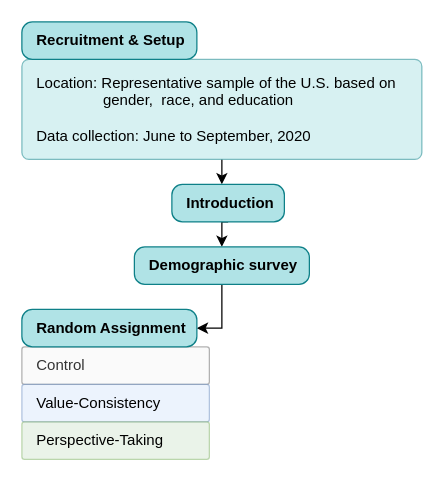
Before: Muslim.drawio in changgge/changgge, a draw.io diagram. Source tidied: cells renumbered, new cells numbered last; positions are measured from the earlier drawing's top-left corner, leaving out a move shared by most shapes. Both pictures are drawn from the tidied source at 125%, with x=0, y=0 at pixel (21, 21).
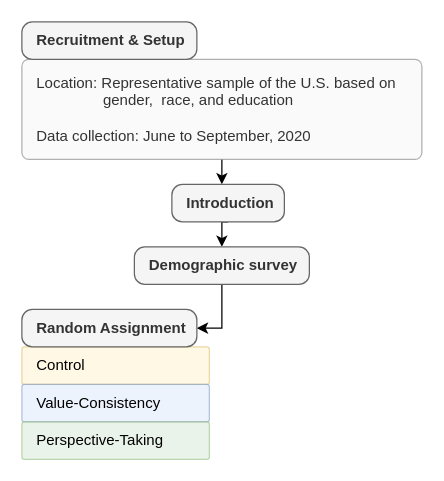
Above is the later version.

Change to the diagram source:
```diff
@@
 <mxGraphModel>
   <root>
     <mxCell id="0" />
     <mxCell id="1" parent="0" />
     <mxCell id="2" style="edgeStyle=orthogonalEdgeStyle;rounded=0;jettySize=auto;html=1;" parent="1" edge="1" source="3">
       <mxGeometry relative="1" as="geometry">
         <mxPoint x="160" y="130" as="targetPoint" />
       </mxGeometry>
     </mxCell>
-    <mxCell id="3" value="Location: Representative sample of the U.S. based on&amp;nbsp;&lt;div&gt;&lt;span style=&quot;white-space: pre;&quot;&gt;&#9;&lt;/span&gt;&lt;span style=&quot;white-space: pre;&quot;&gt;&#9;&lt;/span&gt;gender, &amp;nbsp;race, and education&lt;div&gt;&lt;br&gt;&lt;/div&gt;&lt;div&gt;&lt;span style=&quot;white-space: pre;&quot;&gt;Data collection: June to September, 2020&lt;/span&gt;&lt;/div&gt;&lt;/div&gt;" style="rounded=1;whiteSpace=wrap;html=1;align=left;spacingLeft=10;fillColor=#b0e3e6;strokeColor=#0e8088;arcSize=7;opacity=50;" parent="1" vertex="1">
+    <mxCell id="3" value="Location: Representative sample of the U.S. based on&amp;nbsp;&lt;div&gt;&lt;span style=&quot;white-space: pre;&quot;&gt;&#9;&lt;/span&gt;&lt;span style=&quot;white-space: pre;&quot;&gt;&#9;&lt;/span&gt;gender, &amp;nbsp;race, and education&lt;div&gt;&lt;br&gt;&lt;/div&gt;&lt;div&gt;&lt;span style=&quot;white-space: pre;&quot;&gt;Data collection: June to September, 2020&lt;/span&gt;&lt;/div&gt;&lt;/div&gt;" style="rounded=1;whiteSpace=wrap;html=1;align=left;spacingLeft=10;fillColor=#f5f5f5;strokeColor=#666666;arcSize=7;opacity=50;fontColor=#333333;" parent="1" vertex="1">
       <mxGeometry y="30" width="320" height="80" as="geometry" />
     </mxCell>
-    <mxCell id="4" value="Recruitment &amp;amp; Setup" style="rounded=1;whiteSpace=wrap;html=1;align=left;spacingLeft=10;fillColor=#b0e3e6;strokeColor=#0e8088;arcSize=28;fontStyle=1;" parent="1" vertex="1">
+    <mxCell id="4" value="Recruitment &amp;amp; Setup" style="rounded=1;whiteSpace=wrap;html=1;align=left;spacingLeft=10;fillColor=#f5f5f5;strokeColor=#666666;arcSize=28;fontStyle=1;fontColor=#333333;" parent="1" vertex="1">
       <mxGeometry width="140" height="30" as="geometry" />
     </mxCell>
-    <mxCell id="5" value="Control&amp;nbsp;" style="rounded=1;whiteSpace=wrap;html=1;align=left;spacingLeft=10;fillColor=#f5f5f5;strokeColor=#666666;arcSize=7;opacity=50;fontColor=#333333;" parent="1" vertex="1">
+    <mxCell id="5" value="&lt;span style=&quot;color: rgb(0, 0, 0);&quot;&gt;Control&amp;nbsp;&lt;/span&gt;" style="rounded=1;whiteSpace=wrap;html=1;align=left;spacingLeft=10;fillColor=#fff2cc;strokeColor=#d6b656;arcSize=7;opacity=50;" parent="1" vertex="1">
       <mxGeometry y="260" width="150" height="30" as="geometry" />
     </mxCell>
     <mxCell id="6" style="edgeStyle=orthogonalEdgeStyle;rounded=0;jettySize=auto;html=1;exitX=0.5;exitY=1;exitDx=0;exitDy=0;entryX=0.5;entryY=0;entryDx=0;entryDy=0;" parent="1" edge="1" source="7" target="9">
       <mxGeometry relative="1" as="geometry" />
     </mxCell>
-    <mxCell id="7" value="Introduction" style="rounded=1;whiteSpace=wrap;html=1;align=left;spacingLeft=10;fillColor=#b0e3e6;strokeColor=#0e8088;arcSize=28;fontStyle=1;" parent="1" vertex="1">
+    <mxCell id="7" value="Introduction" style="rounded=1;whiteSpace=wrap;html=1;align=left;spacingLeft=10;fillColor=#f5f5f5;strokeColor=#666666;arcSize=28;fontStyle=1;fontColor=#333333;" parent="1" vertex="1">
       <mxGeometry x="120" y="130" width="90" height="30" as="geometry" />
     </mxCell>
     <mxCell id="8" style="edgeStyle=orthogonalEdgeStyle;rounded=0;jettySize=auto;html=1;exitX=0.5;exitY=1;exitDx=0;exitDy=0;entryX=1;entryY=0.5;entryDx=0;entryDy=0;" parent="1" edge="1" source="9" target="10">
       <mxGeometry relative="1" as="geometry" />
     </mxCell>
-    <mxCell id="9" value="Demographic survey" style="rounded=1;whiteSpace=wrap;html=1;align=left;spacingLeft=10;fillColor=#b0e3e6;strokeColor=#0e8088;arcSize=28;fontStyle=1;" parent="1" vertex="1">
+    <mxCell id="9" value="Demographic survey" style="rounded=1;whiteSpace=wrap;html=1;align=left;spacingLeft=10;fillColor=#f5f5f5;strokeColor=#666666;arcSize=28;fontStyle=1;fontColor=#333333;" parent="1" vertex="1">
       <mxGeometry x="90" y="180" width="140" height="30" as="geometry" />
     </mxCell>
-    <mxCell id="10" value="Random Assignment" style="rounded=1;whiteSpace=wrap;html=1;align=left;spacingLeft=10;fillColor=#b0e3e6;strokeColor=#0e8088;arcSize=28;fontStyle=1;" parent="1" vertex="1">
+    <mxCell id="10" value="Random Assignment" style="rounded=1;whiteSpace=wrap;html=1;align=left;spacingLeft=10;fillColor=#f5f5f5;strokeColor=#666666;arcSize=28;fontStyle=1;fontColor=#333333;" parent="1" vertex="1">
       <mxGeometry y="230" width="140" height="30" as="geometry" />
     </mxCell>
     <mxCell id="11" value="Value-Consistency" style="rounded=1;whiteSpace=wrap;html=1;align=left;spacingLeft=10;fillColor=#dae8fc;strokeColor=#6c8ebf;arcSize=7;opacity=50;" parent="1" vertex="1">
       <mxGeometry y="290" width="150" height="30" as="geometry" />
     </mxCell>
     <mxCell id="12" value="Perspective-Taking" style="rounded=1;whiteSpace=wrap;html=1;align=left;spacingLeft=10;fillColor=#d5e8d4;strokeColor=#82b366;arcSize=7;opacity=50;" parent="1" vertex="1">
       <mxGeometry y="320" width="150" height="30" as="geometry" />
     </mxCell>
   </root>
 </mxGraphModel>
```
